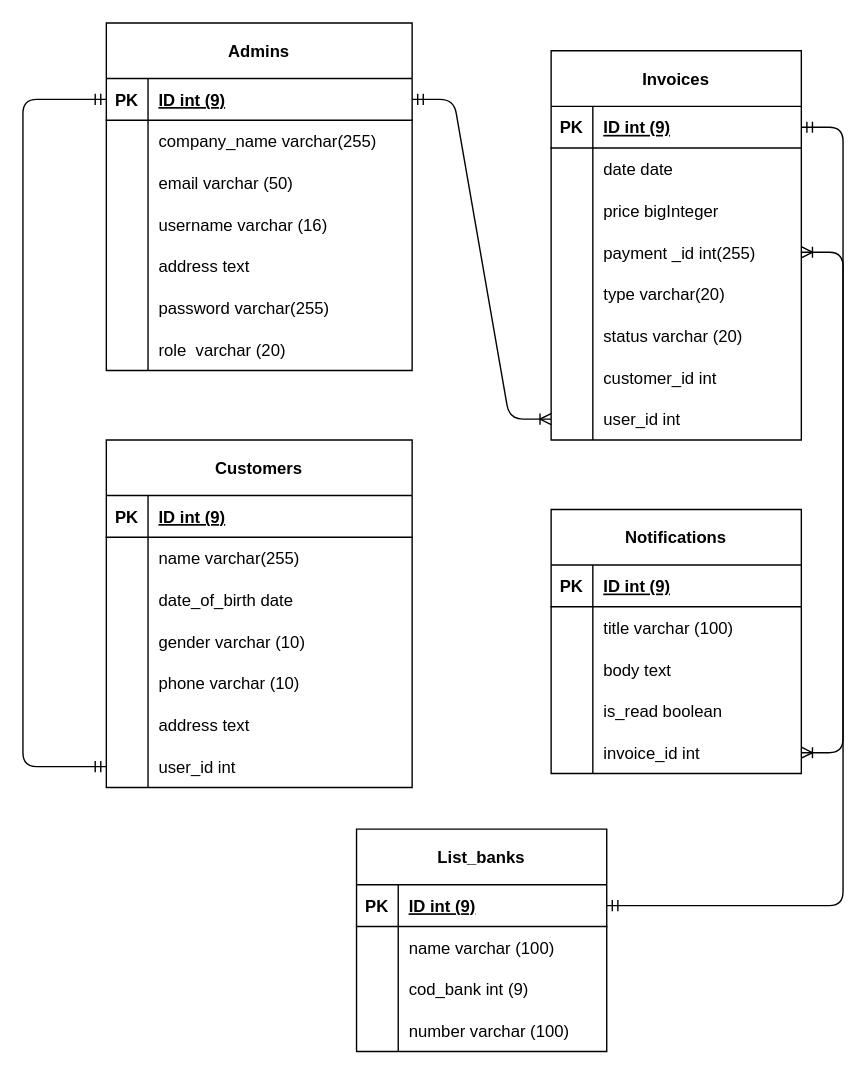
Before: docs/db.drawio in Team-20-Alterra/back-end, a draw.io diagram. Source tidied: cells renumbered, new cells numbered last; positions are measured from the earlier drawing's top-left corner, leaving out a move shared by most shapes. Both pictures are drawn from the tidied source at 139%, with x=0, y=0 at pixel (22, 22).
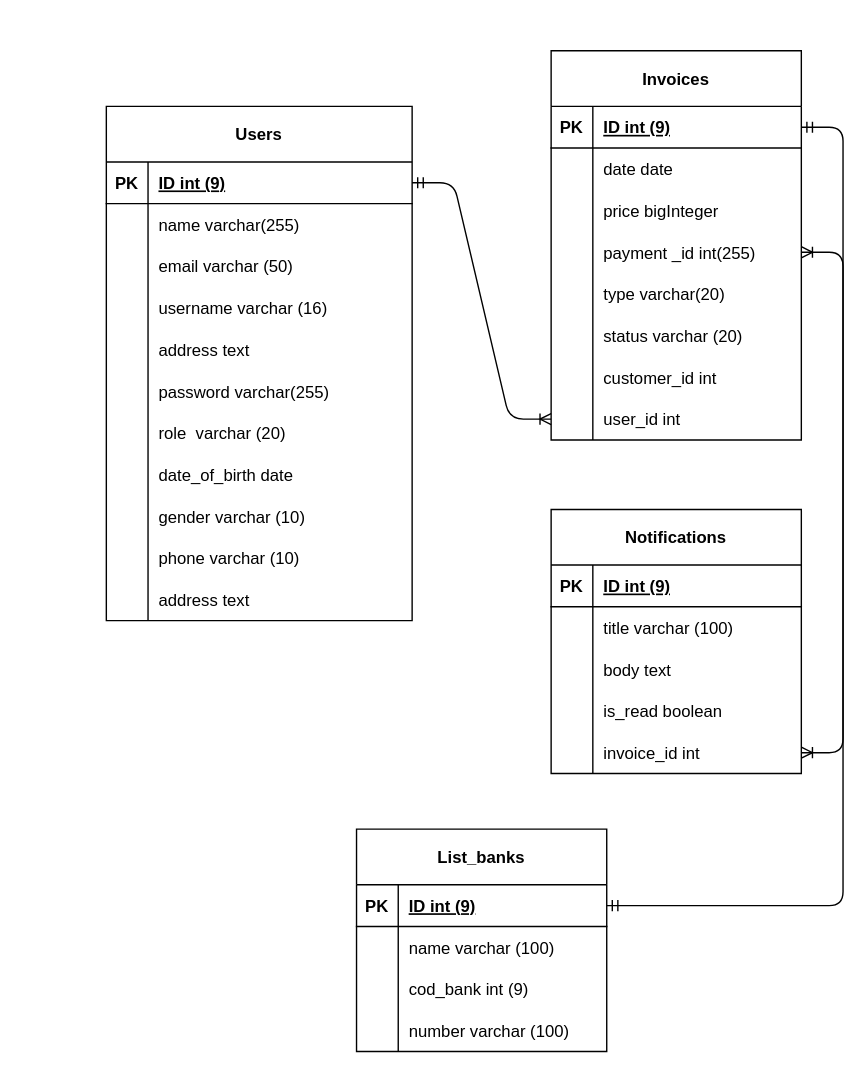
Above is the later version.

Unchanged cells that the change refers to:
```xml
<mxCell id="3" style="shape=tableRow;horizontal=0;startSize=0;swimlaneHead=0;swimlaneBody=0;fillColor=none;points=[[0,0.5],[1,0.5]];portConstraint=eastwest;top=0;left=0;right=0;bottom=1;shadow=0;swimlaneLine=1;" parent="2" vertex="1">
  <mxGeometry y="40" width="220" height="30" as="geometry" />
</mxCell>
<mxCell id="6" style="shape=tableRow;horizontal=0;startSize=0;swimlaneHead=0;swimlaneBody=0;fillColor=none;top=0;left=0;right=0;bottom=0;shadow=0;swimlaneLine=1;" parent="2" vertex="1">
  <mxGeometry y="70" width="220" height="30" as="geometry" />
</mxCell>
```

What changed in the source:
```diff
@@
-    <mxCell id="2" value="Admins" style="shape=table;startSize=40;childLayout=tableLayout;rowLines=0;fontStyle=1;align=center;shadow=0;swimlaneLine=1;" parent="1" vertex="1">
-      <mxGeometry x="60" width="220" height="250" as="geometry" />
+    <mxCell id="2" value="Users" style="shape=table;startSize=40;childLayout=tableLayout;rowLines=0;fontStyle=1;align=center;shadow=0;swimlaneLine=1;" parent="1" vertex="1">
+      <mxGeometry x="60" y="60" width="220" height="370" as="geometry" />
     </mxCell>
@@
-    <mxCell id="8" value="company_name varchar(255)" style="shape=partialRectangle;fillColor=none;top=0;left=0;bottom=0;right=0;align=left;spacingLeft=6;overflow=hidden;shadow=0;swimlaneLine=1;" parent="6" vertex="1">
+    <mxCell id="8" value="name varchar(255)" style="shape=partialRectangle;fillColor=none;top=0;left=0;bottom=0;right=0;align=left;spacingLeft=6;overflow=hidden;shadow=0;swimlaneLine=1;" parent="6" vertex="1">
       <mxGeometry x="30" width="190" height="30" as="geometry" />
     </mxCell>
@@
+    <mxCell id="104" style="shape=tableRow;horizontal=0;startSize=0;swimlaneHead=0;swimlaneBody=0;fillColor=none;top=0;left=0;right=0;bottom=0;shadow=0;swimlaneLine=1;" parent="2" vertex="1">
+      <mxGeometry y="250" width="220" height="30" as="geometry" />
+    </mxCell>
+    <mxCell id="105" style="shape=partialRectangle;fillColor=none;top=0;left=0;bottom=0;right=0;overflow=hidden;shadow=0;swimlaneLine=1;" parent="104" vertex="1">
+      <mxGeometry width="30" height="30" as="geometry" />
+    </mxCell>
+    <mxCell id="59" value="date_of_birth date" style="shape=partialRectangle;fillColor=none;top=0;left=0;bottom=0;right=0;align=left;spacingLeft=6;overflow=hidden;shadow=0;swimlaneLine=1;" parent="104" vertex="1">
+      <mxGeometry x="30" width="190" height="30" as="geometry" />
+    </mxCell>
+    <mxCell id="106" style="shape=tableRow;horizontal=0;startSize=0;swimlaneHead=0;swimlaneBody=0;fillColor=none;top=0;left=0;right=0;bottom=0;shadow=0;swimlaneLine=1;" parent="2" vertex="1">
+      <mxGeometry y="280" width="220" height="30" as="geometry" />
+    </mxCell>
+    <mxCell id="107" style="shape=partialRectangle;fillColor=none;top=0;left=0;bottom=0;right=0;overflow=hidden;shadow=0;swimlaneLine=1;" parent="106" vertex="1">
+      <mxGeometry width="30" height="30" as="geometry" />
+    </mxCell>
+    <mxCell id="62" value="gender varchar (10)" style="shape=partialRectangle;fillColor=none;top=0;left=0;bottom=0;right=0;align=left;spacingLeft=6;overflow=hidden;shadow=0;swimlaneLine=1;" parent="106" vertex="1">
+      <mxGeometry x="30" width="190" height="30" as="geometry" />
+    </mxCell>
+    <mxCell id="108" style="shape=tableRow;horizontal=0;startSize=0;swimlaneHead=0;swimlaneBody=0;fillColor=none;top=0;left=0;right=0;bottom=0;shadow=0;swimlaneLine=1;" parent="2" vertex="1">
+      <mxGeometry y="310" width="220" height="30" as="geometry" />
+    </mxCell>
+    <mxCell id="109" style="shape=partialRectangle;fillColor=none;top=0;left=0;bottom=0;right=0;overflow=hidden;shadow=0;swimlaneLine=1;" parent="108" vertex="1">
+      <mxGeometry width="30" height="30" as="geometry" />
+    </mxCell>
+    <mxCell id="65" value="phone varchar (10)" style="shape=partialRectangle;fillColor=none;top=0;left=0;bottom=0;right=0;align=left;spacingLeft=6;overflow=hidden;shadow=0;swimlaneLine=1;" parent="108" vertex="1">
+      <mxGeometry x="30" width="190" height="30" as="geometry" />
+    </mxCell>
+    <mxCell id="110" style="shape=tableRow;horizontal=0;startSize=0;swimlaneHead=0;swimlaneBody=0;fillColor=none;top=0;left=0;right=0;bottom=0;shadow=0;swimlaneLine=1;" parent="2" vertex="1">
+      <mxGeometry y="340" width="220" height="30" as="geometry" />
+    </mxCell>
+    <mxCell id="111" style="shape=partialRectangle;fillColor=none;top=0;left=0;bottom=0;right=0;overflow=hidden;shadow=0;swimlaneLine=1;" parent="110" vertex="1">
+      <mxGeometry width="30" height="30" as="geometry" />
+    </mxCell>
+    <mxCell id="68" value="address text" style="shape=partialRectangle;fillColor=none;top=0;left=0;bottom=0;right=0;align=left;spacingLeft=6;overflow=hidden;shadow=0;swimlaneLine=1;" parent="110" vertex="1">
+      <mxGeometry x="30" width="190" height="30" as="geometry" />
+    </mxCell>
@@
-    <mxCell id="50" value="Customers" style="shape=table;startSize=40;childLayout=tableLayout;rowLines=0;fontStyle=1;align=center;shadow=0;swimlaneLine=1;" parent="1" vertex="1">
-      <mxGeometry x="60" y="300" width="220" height="250" as="geometry" />
-    </mxCell>
-    <mxCell id="51" style="shape=tableRow;horizontal=0;startSize=0;swimlaneHead=0;swimlaneBody=0;fillColor=none;top=0;left=0;right=0;bottom=1;shadow=0;swimlaneLine=1;" parent="50" vertex="1">
-      <mxGeometry y="40" width="220" height="30" as="geometry" />
-    </mxCell>
-    <mxCell id="52" value="PK" style="shape=partialRectangle;fillColor=none;top=0;left=0;bottom=0;right=0;fontStyle=1;overflow=hidden;shadow=0;swimlaneLine=1;" parent="51" vertex="1">
-      <mxGeometry width="30" height="30" as="geometry" />
-    </mxCell>
-    <mxCell id="53" value="ID int (9)" style="shape=partialRectangle;fillColor=none;top=0;left=0;bottom=0;right=0;align=left;spacingLeft=6;fontStyle=5;overflow=hidden;shadow=0;swimlaneLine=1;" parent="51" vertex="1">
-      <mxGeometry x="30" width="190" height="30" as="geometry" />
-    </mxCell>
-    <mxCell id="54" style="shape=tableRow;horizontal=0;startSize=0;swimlaneHead=0;swimlaneBody=0;fillColor=none;top=0;left=0;right=0;bottom=0;shadow=0;swimlaneLine=1;" parent="50" vertex="1">
-      <mxGeometry y="70" width="220" height="30" as="geometry" />
-    </mxCell>
-    <mxCell id="55" style="shape=partialRectangle;fillColor=none;top=0;left=0;bottom=0;right=0;overflow=hidden;shadow=0;swimlaneLine=1;" parent="54" vertex="1">
-      <mxGeometry width="30" height="30" as="geometry" />
-    </mxCell>
-    <mxCell id="56" value="name varchar(255)" style="shape=partialRectangle;fillColor=none;top=0;left=0;bottom=0;right=0;align=left;spacingLeft=6;overflow=hidden;shadow=0;swimlaneLine=1;" parent="54" vertex="1">
-      <mxGeometry x="30" width="190" height="30" as="geometry" />
-    </mxCell>
-    <mxCell id="57" style="shape=tableRow;horizontal=0;startSize=0;swimlaneHead=0;swimlaneBody=0;fillColor=none;top=0;left=0;right=0;bottom=0;shadow=0;swimlaneLine=1;" parent="50" vertex="1">
-      <mxGeometry y="100" width="220" height="30" as="geometry" />
-    </mxCell>
-    <mxCell id="58" style="shape=partialRectangle;fillColor=none;top=0;left=0;bottom=0;right=0;overflow=hidden;shadow=0;swimlaneLine=1;" parent="57" vertex="1">
-      <mxGeometry width="30" height="30" as="geometry" />
-    </mxCell>
-    <mxCell id="59" value="date_of_birth date" style="shape=partialRectangle;fillColor=none;top=0;left=0;bottom=0;right=0;align=left;spacingLeft=6;overflow=hidden;shadow=0;swimlaneLine=1;" parent="57" vertex="1">
-      <mxGeometry x="30" width="190" height="30" as="geometry" />
-    </mxCell>
-    <mxCell id="60" style="shape=tableRow;horizontal=0;startSize=0;swimlaneHead=0;swimlaneBody=0;fillColor=none;top=0;left=0;right=0;bottom=0;shadow=0;swimlaneLine=1;" parent="50" vertex="1">
-      <mxGeometry y="130" width="220" height="30" as="geometry" />
-    </mxCell>
-    <mxCell id="61" style="shape=partialRectangle;fillColor=none;top=0;left=0;bottom=0;right=0;overflow=hidden;shadow=0;swimlaneLine=1;" parent="60" vertex="1">
-      <mxGeometry width="30" height="30" as="geometry" />
-    </mxCell>
-    <mxCell id="62" value="gender varchar (10)" style="shape=partialRectangle;fillColor=none;top=0;left=0;bottom=0;right=0;align=left;spacingLeft=6;overflow=hidden;shadow=0;swimlaneLine=1;" parent="60" vertex="1">
-      <mxGeometry x="30" width="190" height="30" as="geometry" />
-    </mxCell>
-    <mxCell id="63" style="shape=tableRow;horizontal=0;startSize=0;swimlaneHead=0;swimlaneBody=0;fillColor=none;top=0;left=0;right=0;bottom=0;shadow=0;swimlaneLine=1;" parent="50" vertex="1">
-      <mxGeometry y="160" width="220" height="30" as="geometry" />
-    </mxCell>
-    <mxCell id="64" style="shape=partialRectangle;fillColor=none;top=0;left=0;bottom=0;right=0;overflow=hidden;shadow=0;swimlaneLine=1;" parent="63" vertex="1">
-      <mxGeometry width="30" height="30" as="geometry" />
-    </mxCell>
-    <mxCell id="65" value="phone varchar (10)" style="shape=partialRectangle;fillColor=none;top=0;left=0;bottom=0;right=0;align=left;spacingLeft=6;overflow=hidden;shadow=0;swimlaneLine=1;" parent="63" vertex="1">
-      <mxGeometry x="30" width="190" height="30" as="geometry" />
-    </mxCell>
-    <mxCell id="66" style="shape=tableRow;horizontal=0;startSize=0;swimlaneHead=0;swimlaneBody=0;fillColor=none;top=0;left=0;right=0;bottom=0;shadow=0;swimlaneLine=1;" parent="50" vertex="1">
-      <mxGeometry y="190" width="220" height="30" as="geometry" />
-    </mxCell>
-    <mxCell id="67" style="shape=partialRectangle;fillColor=none;top=0;left=0;bottom=0;right=0;overflow=hidden;shadow=0;swimlaneLine=1;" parent="66" vertex="1">
-      <mxGeometry width="30" height="30" as="geometry" />
-    </mxCell>
-    <mxCell id="68" value="address text" style="shape=partialRectangle;fillColor=none;top=0;left=0;bottom=0;right=0;align=left;spacingLeft=6;overflow=hidden;shadow=0;swimlaneLine=1;" parent="66" vertex="1">
-      <mxGeometry x="30" width="190" height="30" as="geometry" />
-    </mxCell>
-    <mxCell id="69" style="shape=tableRow;horizontal=0;startSize=0;swimlaneHead=0;swimlaneBody=0;fillColor=none;points=[[0,0.5],[1,0.5]];portConstraint=eastwest;top=0;left=0;right=0;bottom=0;shadow=0;swimlaneLine=1;" parent="50" vertex="1">
-      <mxGeometry y="220" width="220" height="30" as="geometry" />
-    </mxCell>
-    <mxCell id="70" style="shape=partialRectangle;fillColor=none;top=0;left=0;bottom=0;right=0;overflow=hidden;shadow=0;swimlaneLine=1;" parent="69" vertex="1">
-      <mxGeometry width="30" height="30" as="geometry" />
-    </mxCell>
-    <mxCell id="71" value="user_id int" style="shape=partialRectangle;fillColor=none;top=0;left=0;bottom=0;right=0;align=left;spacingLeft=6;overflow=hidden;shadow=0;swimlaneLine=1;" parent="69" vertex="1">
-      <mxGeometry x="30" width="190" height="30" as="geometry" />
-    </mxCell>
-    <mxCell id="72" style="edgeStyle=orthogonalEdgeStyle;fontSize=12;html=1;endArrow=ERmandOne;startArrow=ERmandOne;entryX=0;entryY=0.5;entryDx=0;entryDy=0;exitX=0;exitY=0.5;exitDx=0;exitDy=0;" parent="1" edge="1" source="69" target="3">
-      <mxGeometry relative="1" as="geometry">
-        <Array as="points">
-          <mxPoint y="535" />
-          <mxPoint y="55" />
-        </Array>
-      </mxGeometry>
-    </mxCell>
```
